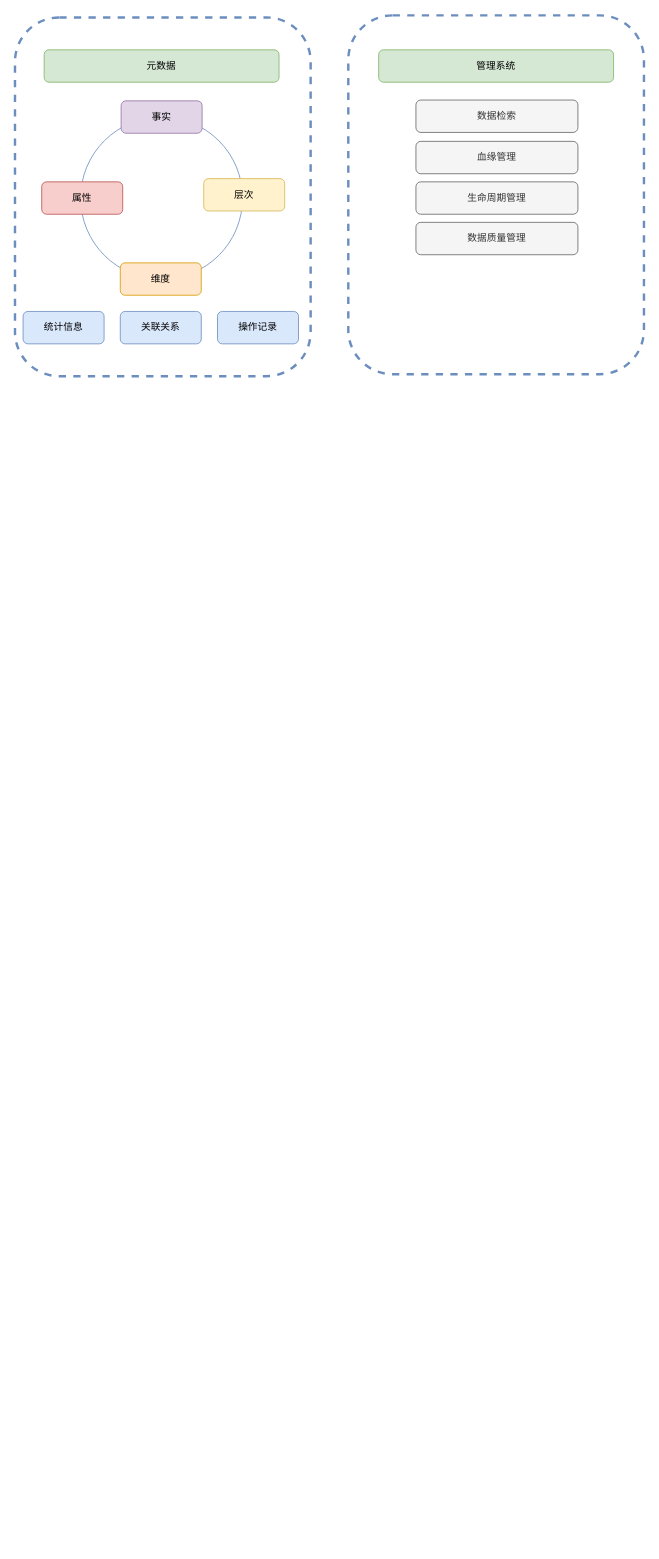
Before: page "元数据" (3 of 8) of big_data/大数据架构.drawio in zoeminghong/full-stack, a draw.io diagram. Source tidied: cells renumbered, new cells numbered last; positions are measured from the earlier drawing's top-left corner, leaving out a move shared by most shapes. Both pictures are drawn from the tidied source at 81%, with x=0, y=0 at pixel (15, 15).
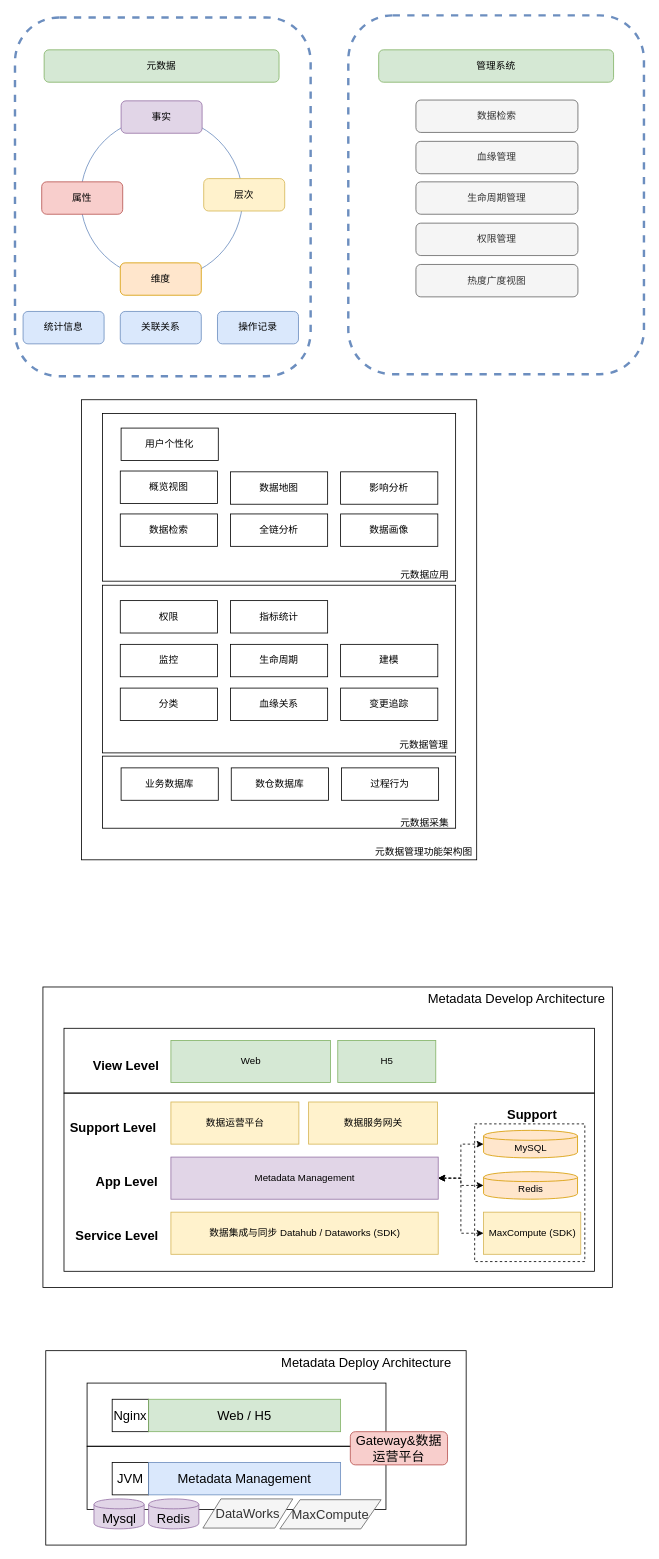
Above is the later version.

The edit, as a diff of the source:
```diff
@@
+    <mxCell id="18" style="rounded=0;whiteSpace=wrap;html=1;fillColor=none;fontSize=16;align=center;" parent="1" vertex="1">
+      <mxGeometry x="38" y="1649" width="519" height="240" as="geometry" />
+    </mxCell>
+    <mxCell id="19" style="rounded=0;whiteSpace=wrap;html=1;fillColor=none;fontSize=16;align=center;" parent="1" vertex="1">
+      <mxGeometry x="89" y="1767" width="369" height="78" as="geometry" />
+    </mxCell>
+    <mxCell id="20" style="rounded=0;whiteSpace=wrap;html=1;fillColor=none;fontSize=16;align=right;" parent="1" vertex="1">
+      <mxGeometry x="34.5" y="1200" width="703" height="371" as="geometry" />
+    </mxCell>
+    <mxCell id="21" style="rounded=0;whiteSpace=wrap;html=1;fontSize=16;align=right;fillColor=none;" parent="1" vertex="1">
+      <mxGeometry x="60.5" y="1331" width="655" height="220" as="geometry" />
+    </mxCell>
+    <mxCell id="22" style="rounded=0;whiteSpace=wrap;html=1;fontSize=16;align=right;fillColor=none;" parent="1" vertex="1">
+      <mxGeometry x="60.5" y="1251" width="655" height="80" as="geometry" />
+    </mxCell>
+    <mxCell id="23" style="rounded=0;whiteSpace=wrap;html=1;fillColor=none;" parent="1" vertex="1">
+      <mxGeometry x="82" y="475" width="488" height="568" as="geometry" />
+    </mxCell>
+    <mxCell id="24" style="rounded=0;whiteSpace=wrap;html=1;fillColor=none;" parent="1" vertex="1">
+      <mxGeometry x="108" y="915" width="436" height="89" as="geometry" />
+    </mxCell>
+    <mxCell id="25" style="rounded=0;whiteSpace=wrap;html=1;fillColor=none;" parent="1" vertex="1">
+      <mxGeometry x="108" y="704" width="436" height="207" as="geometry" />
+    </mxCell>
+    <mxCell id="26" style="rounded=0;whiteSpace=wrap;html=1;fillColor=none;" parent="1" vertex="1">
+      <mxGeometry x="108" y="492" width="436" height="207" as="geometry" />
+    </mxCell>
+    <mxCell id="17" style="rounded=1;whiteSpace=wrap;html=1;fillColor=none;dashed=1;strokeWidth=3;strokeColor=#6c8ebf;" parent="1" vertex="1">
+      <mxGeometry x="411.5" y="0.5" width="365" height="443" as="geometry" />
+    </mxCell>
@@
-    <mxCell id="16" value="数据质量管理" style="rounded=1;whiteSpace=wrap;html=1;fillColor=#f5f5f5;fontColor=#333333;strokeColor=#666666;" parent="1" vertex="1">
-      <mxGeometry x="495" y="256" width="200" height="40" as="geometry" />
-    </mxCell>
-    <mxCell id="17" style="rounded=1;whiteSpace=wrap;html=1;fillColor=none;dashed=1;strokeWidth=3;strokeColor=#6c8ebf;" parent="1" vertex="1">
-      <mxGeometry x="411.5" y="0.5" width="365" height="443" as="geometry" />
-    </mxCell>
+    <mxCell id="27" value="权限管理" style="rounded=1;whiteSpace=wrap;html=1;fillColor=#f5f5f5;fontColor=#333333;strokeColor=#666666;" parent="1" vertex="1">
+      <mxGeometry x="495" y="257" width="200" height="40" as="geometry" />
+    </mxCell>
+    <mxCell id="28" value="热度广度视图" style="rounded=1;whiteSpace=wrap;html=1;fillColor=#f5f5f5;fontColor=#333333;strokeColor=#666666;" parent="1" vertex="1">
+      <mxGeometry x="495" y="308" width="200" height="40" as="geometry" />
+    </mxCell>
+    <mxCell id="29" value="业务数据库" style="rounded=0;whiteSpace=wrap;html=1;fillColor=none;" parent="1" vertex="1">
+      <mxGeometry x="131" y="929.5" width="120" height="40" as="geometry" />
+    </mxCell>
+    <mxCell id="30" value="数仓数据库" style="rounded=0;whiteSpace=wrap;html=1;fillColor=none;" parent="1" vertex="1">
+      <mxGeometry x="267" y="929.5" width="120" height="40" as="geometry" />
+    </mxCell>
+    <mxCell id="31" value="过程行为" style="rounded=0;whiteSpace=wrap;html=1;fillColor=none;" parent="1" vertex="1">
+      <mxGeometry x="403" y="929.5" width="120" height="40" as="geometry" />
+    </mxCell>
+    <mxCell id="32" value="分类" style="rounded=0;whiteSpace=wrap;html=1;fillColor=none;" parent="1" vertex="1">
+      <mxGeometry x="130" y="831" width="120" height="40" as="geometry" />
+    </mxCell>
+    <mxCell id="33" value="生命周期" style="rounded=0;whiteSpace=wrap;html=1;fillColor=none;" parent="1" vertex="1">
+      <mxGeometry x="266" y="777" width="120" height="40" as="geometry" />
+    </mxCell>
+    <mxCell id="34" value="监控" style="rounded=0;whiteSpace=wrap;html=1;fillColor=none;" parent="1" vertex="1">
+      <mxGeometry x="130" y="777" width="120" height="40" as="geometry" />
+    </mxCell>
+    <mxCell id="35" value="权限" style="rounded=0;whiteSpace=wrap;html=1;fillColor=none;" parent="1" vertex="1">
+      <mxGeometry x="130" y="723" width="120" height="40" as="geometry" />
+    </mxCell>
+    <mxCell id="36" value="变更追踪" style="rounded=0;whiteSpace=wrap;html=1;fillColor=none;" parent="1" vertex="1">
+      <mxGeometry x="402" y="831" width="120" height="40" as="geometry" />
+    </mxCell>
+    <mxCell id="37" value="血缘关系" style="rounded=0;whiteSpace=wrap;html=1;fillColor=none;" parent="1" vertex="1">
+      <mxGeometry x="266" y="831" width="120" height="40" as="geometry" />
+    </mxCell>
+    <mxCell id="38" value="建模" style="rounded=0;whiteSpace=wrap;html=1;fillColor=none;" parent="1" vertex="1">
+      <mxGeometry x="402" y="777" width="120" height="40" as="geometry" />
+    </mxCell>
+    <mxCell id="39" value="数据检索" style="rounded=0;whiteSpace=wrap;html=1;fillColor=none;" parent="1" vertex="1">
+      <mxGeometry x="130" y="616" width="120" height="40" as="geometry" />
+    </mxCell>
+    <mxCell id="40" value="用户个性化" style="rounded=0;whiteSpace=wrap;html=1;fillColor=none;" parent="1" vertex="1">
+      <mxGeometry x="131" y="510" width="120" height="40" as="geometry" />
+    </mxCell>
+    <mxCell id="41" value="全链分析" style="rounded=0;whiteSpace=wrap;html=1;fillColor=none;" parent="1" vertex="1">
+      <mxGeometry x="266" y="616" width="120" height="40" as="geometry" />
+    </mxCell>
+    <mxCell id="42" value="影响分析" style="rounded=0;whiteSpace=wrap;html=1;fillColor=none;" parent="1" vertex="1">
+      <mxGeometry x="402" y="564" width="120" height="40" as="geometry" />
+    </mxCell>
+    <mxCell id="43" value="数据画像" style="rounded=0;whiteSpace=wrap;html=1;fillColor=none;" parent="1" vertex="1">
+      <mxGeometry x="402" y="616" width="120" height="40" as="geometry" />
+    </mxCell>
+    <mxCell id="44" value="数据地图" style="rounded=0;whiteSpace=wrap;html=1;fillColor=none;" parent="1" vertex="1">
+      <mxGeometry x="266" y="564" width="120" height="40" as="geometry" />
+    </mxCell>
+    <mxCell id="45" value="概览视图" style="rounded=0;whiteSpace=wrap;html=1;fillColor=none;" parent="1" vertex="1">
+      <mxGeometry x="130" y="563" width="120" height="40" as="geometry" />
+    </mxCell>
+    <mxCell id="46" value="元数据应用" style="text;html=1;align=left;verticalAlign=top;spacingTop=-4;" parent="1" vertex="1">
+      <mxGeometry x="474" y="681" width="70" height="14" as="geometry" />
+    </mxCell>
+    <mxCell id="47" value="元数据管理" style="text;html=1;align=left;verticalAlign=top;spacingTop=-4;" parent="1" vertex="1">
+      <mxGeometry x="473" y="892" width="70" height="14" as="geometry" />
+    </mxCell>
+    <mxCell id="48" value="元数据采集" style="text;html=1;align=left;verticalAlign=top;spacingTop=-4;" parent="1" vertex="1">
+      <mxGeometry x="474" y="987.5" width="70" height="14" as="geometry" />
+    </mxCell>
+    <mxCell id="49" value="指标统计" style="rounded=0;whiteSpace=wrap;html=1;fillColor=none;" parent="1" vertex="1">
+      <mxGeometry x="266" y="723" width="120" height="40" as="geometry" />
+    </mxCell>
+    <mxCell id="50" value="元数据管理功能架构图" style="text;html=1;align=left;verticalAlign=top;spacingTop=-4;" parent="1" vertex="1">
+      <mxGeometry x="443" y="1023.5" width="130" height="14" as="geometry" />
+    </mxCell>
+    <mxCell id="51" value="数据集成与同步 Datahub / Dataworks (SDK)" style="rounded=0;whiteSpace=wrap;html=1;fillColor=#fff2cc;strokeColor=#d6b656;" parent="1" vertex="1">
+      <mxGeometry x="192.5" y="1478" width="330" height="52" as="geometry" />
+    </mxCell>
+    <mxCell id="52" style="edgeStyle=orthogonalEdgeStyle;rounded=0;jettySize=auto;html=1;exitX=1;exitY=0.5;exitDx=0;exitDy=0;entryX=0;entryY=0.5;entryDx=0;entryDy=0;startArrow=classic;startFill=1;dashed=1;" parent="1" edge="1" source="53" target="54">
+      <mxGeometry relative="1" as="geometry" />
+    </mxCell>
+    <mxCell id="53" value="Metadata Management" style="rounded=0;whiteSpace=wrap;html=1;fillColor=#e1d5e7;strokeColor=#9673a6;" parent="1" vertex="1">
+      <mxGeometry x="192.5" y="1410" width="330" height="52" as="geometry" />
+    </mxCell>
+    <mxCell id="54" value="MySQL" style="shape=cylinder;whiteSpace=wrap;html=1;boundedLbl=1;backgroundOutline=1;fillColor=#ffe6cc;strokeColor=#d79b00;" parent="1" vertex="1">
+      <mxGeometry x="578.5" y="1377" width="116" height="34" as="geometry" />
+    </mxCell>
+    <mxCell id="55" style="edgeStyle=orthogonalEdgeStyle;rounded=0;jettySize=auto;html=1;exitX=0;exitY=0.5;exitDx=0;exitDy=0;entryX=1;entryY=0.5;entryDx=0;entryDy=0;startArrow=classic;startFill=1;dashed=1;" parent="1" edge="1" source="56" target="53">
+      <mxGeometry relative="1" as="geometry" />
+    </mxCell>
+    <mxCell id="56" value="Redis" style="shape=cylinder;whiteSpace=wrap;html=1;boundedLbl=1;backgroundOutline=1;fillColor=#ffe6cc;strokeColor=#d79b00;" parent="1" vertex="1">
+      <mxGeometry x="578.5" y="1428" width="116" height="34" as="geometry" />
+    </mxCell>
+    <mxCell id="57" style="edgeStyle=orthogonalEdgeStyle;rounded=0;jettySize=auto;html=1;exitX=0;exitY=0.5;exitDx=0;exitDy=0;entryX=1;entryY=0.5;entryDx=0;entryDy=0;startArrow=classic;startFill=1;dashed=1;" parent="1" edge="1" source="58" target="53">
+      <mxGeometry relative="1" as="geometry" />
+    </mxCell>
+    <mxCell id="58" value="MaxCompute (SDK)" style="rounded=0;whiteSpace=wrap;html=1;fillColor=#fff2cc;strokeColor=#d6b656;" parent="1" vertex="1">
+      <mxGeometry x="578.5" y="1478" width="120" height="52" as="geometry" />
+    </mxCell>
+    <mxCell id="59" value="数据运营平台" style="rounded=0;whiteSpace=wrap;html=1;fillColor=#fff2cc;strokeColor=#d6b656;" parent="1" vertex="1">
+      <mxGeometry x="192.5" y="1342" width="158" height="52" as="geometry" />
+    </mxCell>
+    <mxCell id="60" value="Web" style="rounded=0;whiteSpace=wrap;html=1;fillColor=#d5e8d4;strokeColor=#82b366;" parent="1" vertex="1">
+      <mxGeometry x="192.5" y="1266" width="197" height="52" as="geometry" />
+    </mxCell>
+    <mxCell id="61" value="数据服务网关" style="rounded=0;whiteSpace=wrap;html=1;fillColor=#fff2cc;strokeColor=#d6b656;" parent="1" vertex="1">
+      <mxGeometry x="362.5" y="1342" width="159" height="52" as="geometry" />
+    </mxCell>
+    <mxCell id="62" value="H5" style="rounded=0;whiteSpace=wrap;html=1;fillColor=#d5e8d4;strokeColor=#82b366;" parent="1" vertex="1">
+      <mxGeometry x="398.5" y="1266" width="121" height="52" as="geometry" />
+    </mxCell>
+    <mxCell id="63" value="View Level" style="text;html=1;align=right;verticalAlign=top;spacingTop=-4;fontSize=16;fontStyle=1;" parent="1" vertex="1">
+      <mxGeometry x="62.5" y="1285" width="116" height="19" as="geometry" />
+    </mxCell>
+    <mxCell id="64" value="Support&amp;nbsp;Level" style="text;html=1;align=left;verticalAlign=top;spacingTop=-4;fontSize=16;fontStyle=1;" parent="1" vertex="1">
+      <mxGeometry x="66" y="1361" width="109" height="19" as="geometry" />
+    </mxCell>
+    <mxCell id="65" value="App Level" style="text;html=1;align=left;verticalAlign=top;spacingTop=-4;fontSize=16;fontStyle=1;" parent="1" vertex="1">
+      <mxGeometry x="97.5" y="1428" width="81" height="19" as="geometry" />
+    </mxCell>
+    <mxCell id="66" value="Service Level" style="text;html=1;align=left;verticalAlign=top;spacingTop=-4;fontSize=16;fontStyle=1;" parent="1" vertex="1">
+      <mxGeometry x="72.5" y="1494.5" width="106" height="19" as="geometry" />
+    </mxCell>
+    <mxCell id="67" value="Support" style="text;html=1;align=left;verticalAlign=top;spacingTop=-4;fontSize=16;fontStyle=1;" parent="1" vertex="1">
+      <mxGeometry x="605.5" y="1344.5" width="66" height="19" as="geometry" />
+    </mxCell>
+    <mxCell id="68" style="rounded=0;whiteSpace=wrap;html=1;fillColor=none;fontSize=16;align=right;dashed=1;" parent="1" vertex="1">
+      <mxGeometry x="567.5" y="1369" width="136" height="170" as="geometry" />
+    </mxCell>
+    <mxCell id="69" value="Metadata Develop Architecture" style="text;html=1;align=left;verticalAlign=top;spacingTop=-4;fontSize=16;" parent="1" vertex="1">
+      <mxGeometry x="508" y="1202" width="230" height="19" as="geometry" />
+    </mxCell>
+    <mxCell id="70" value="JVM" style="rounded=0;whiteSpace=wrap;html=1;fillColor=none;fontSize=16;align=center;" parent="1" vertex="1">
+      <mxGeometry x="120" y="1787" width="45" height="40" as="geometry" />
+    </mxCell>
+    <mxCell id="71" value="Metadata Management" style="rounded=0;whiteSpace=wrap;html=1;fillColor=#dae8fc;fontSize=16;align=center;strokeColor=#6c8ebf;" parent="1" vertex="1">
+      <mxGeometry x="165" y="1787" width="237" height="40" as="geometry" />
+    </mxCell>
+    <mxCell id="72" style="rounded=0;whiteSpace=wrap;html=1;fillColor=none;fontSize=16;align=center;" parent="1" vertex="1">
+      <mxGeometry x="89" y="1689" width="369" height="78" as="geometry" />
+    </mxCell>
+    <mxCell id="73" value="Nginx" style="rounded=0;whiteSpace=wrap;html=1;fillColor=none;fontSize=16;align=center;" parent="1" vertex="1">
+      <mxGeometry x="120" y="1709" width="45" height="40" as="geometry" />
+    </mxCell>
+    <mxCell id="74" value="Web / H5" style="rounded=0;whiteSpace=wrap;html=1;fillColor=#d5e8d4;fontSize=16;align=center;strokeColor=#82b366;" parent="1" vertex="1">
+      <mxGeometry x="165" y="1709" width="237" height="40" as="geometry" />
+    </mxCell>
+    <mxCell id="75" value="Gateway&amp;amp;数据运营平台" style="rounded=1;whiteSpace=wrap;html=1;fillColor=#f8cecc;fontSize=16;align=center;strokeColor=#b85450;" parent="1" vertex="1">
+      <mxGeometry x="414" y="1749" width="120" height="41" as="geometry" />
+    </mxCell>
+    <mxCell id="76" value="Mysql" style="shape=cylinder;whiteSpace=wrap;html=1;boundedLbl=1;backgroundOutline=1;fillColor=#e1d5e7;fontSize=16;align=center;strokeColor=#9673a6;" parent="1" vertex="1">
+      <mxGeometry x="97.5" y="1832" width="62" height="37" as="geometry" />
+    </mxCell>
+    <mxCell id="77" value="Redis" style="shape=cylinder;whiteSpace=wrap;html=1;boundedLbl=1;backgroundOutline=1;fillColor=#e1d5e7;fontSize=16;align=center;strokeColor=#9673a6;" parent="1" vertex="1">
+      <mxGeometry x="165" y="1832" width="62" height="37" as="geometry" />
+    </mxCell>
+    <mxCell id="78" value="Metadata Deploy Architecture" style="text;html=1;strokeColor=none;fillColor=none;align=center;verticalAlign=middle;whiteSpace=wrap;rounded=0;fontSize=16;" parent="1" vertex="1">
+      <mxGeometry x="311" y="1654" width="246" height="20" as="geometry" />
+    </mxCell>
+    <mxCell id="79" value="DataWorks" style="shape=parallelogram;perimeter=parallelogramPerimeter;whiteSpace=wrap;html=1;fillColor=#f5f5f5;fontSize=16;align=center;strokeColor=#666666;fontColor=#333333;" parent="1" vertex="1">
+      <mxGeometry x="232" y="1832" width="111" height="36" as="geometry" />
+    </mxCell>
+    <mxCell id="80" value="MaxCompute" style="shape=parallelogram;perimeter=parallelogramPerimeter;whiteSpace=wrap;html=1;fillColor=#f5f5f5;fontSize=16;align=center;strokeColor=#666666;fontColor=#333333;" parent="1" vertex="1">
+      <mxGeometry x="327" y="1833" width="125" height="36" as="geometry" />
+    </mxCell>
```
